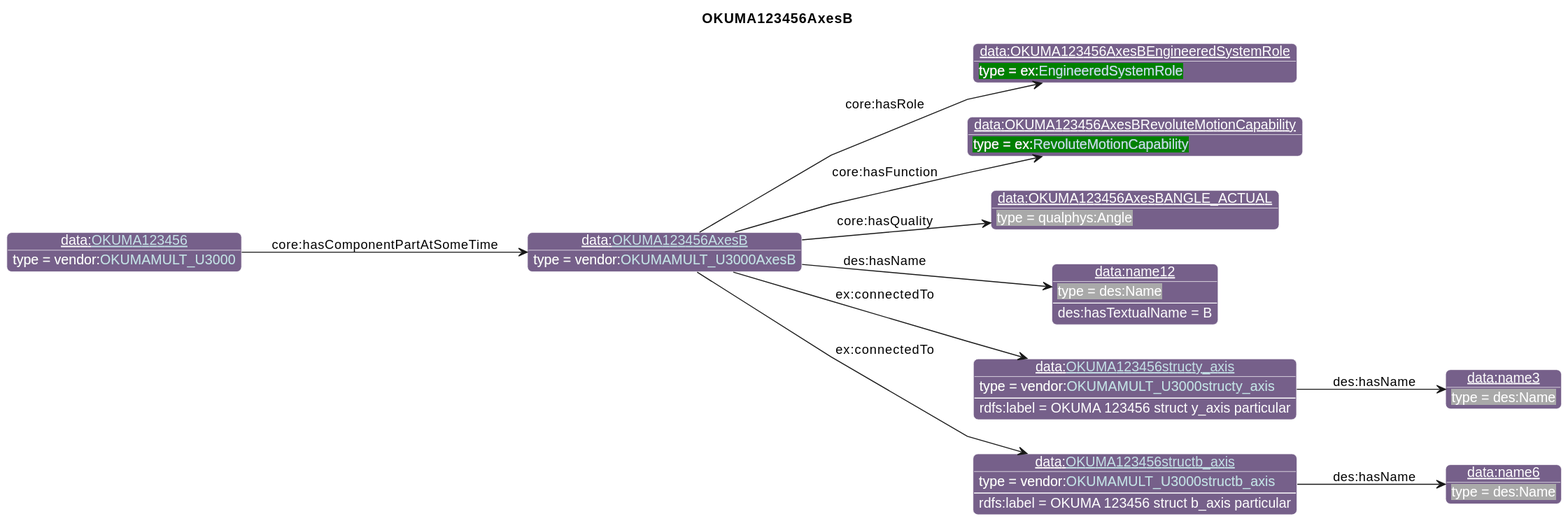
This is diagrams/OKUMA123456AxesB.svg from iofoundry/example-syseng-mtconnect, a PlantUML export, as it was before one commit. The source it was exported from:
```plantuml
@startuml
!include ../iof.iuml

<style>
object {
  HyperlinkColor #C4E1E6
}
</style>

left to right direction
skinparam linetype polyline
title OKUMA123456AxesB

!$default_direction = down

!$namespace_colors = { "bfo":"DFA702",
                      "iof":"1E90FF",
                      "ns":"Green",
                      "ns1":"76608A",
                      "core":"000000",
                      "ex":"Green",
                      "data":"76608A",
                      "vendor":"76608A",
                      "units":"8A2D3B",
                      "cmns-dsg":"3A0519",
                      "qp":"641B2E"
      }
individual(o0, data:[[./OKUMA123456AxesB.html OKUMA123456AxesB]], vendor:[[../OKUMA.html#OKUMAMULT_U3000AxesB OKUMAMULT_U3000AxesB]])
individual(o1, data:OKUMA123456AxesBEngineeredSystemRole, ex:[[../Example.html#EngineeredSystemRole EngineeredSystemRole]])
individual(o2, data:OKUMA123456AxesBRevoluteMotionCapability, ex:[[../Example.html#RevoluteMotionCapability RevoluteMotionCapability]])
individual(o3, data:OKUMA123456AxesBANGLE_ACTUAL, qualphys:Angle)
individual(o4, data:name12, des:Name)
individual(o5, data:[[./OKUMA123456structy_axis.html OKUMA123456structy_axis]], vendor:[[../OKUMA.html#OKUMAMULT_U3000structy_axis OKUMAMULT_U3000structy_axis]])
individual(o6, data:name3, des:Name)
individual(o7, data:[[./OKUMA123456structb_axis.html OKUMA123456structb_axis]], vendor:[[../OKUMA.html#OKUMAMULT_U3000structb_axis OKUMAMULT_U3000structb_axis]])
individual(o8, data:name6, des:Name)
individual(o9, data:[[./OKUMA123456.html OKUMA123456]], vendor:[[../OKUMA.html#OKUMAMULT_U3000 OKUMAMULT_U3000]])
property(o0, "core:hasRole", o1)
property(o0, "core:hasFunction", o2)
property(o0, "core:hasQuality", o3)
property(o0, "des:hasName", o4)
data(o4, "des:hasTextualName", "B")
property(o0, "ex:connectedTo", o5)
data(o5, "rdfs:label", "OKUMA 123456 struct y_axis particular")
property(o5, "des:hasName", o6)
property(o0, "ex:connectedTo", o7)
data(o7, "rdfs:label", "OKUMA 123456 struct b_axis particular")
property(o7, "des:hasName", o8)
property(o9, "core:hasComponentPartAtSomeTime", o0)
@enduml
```
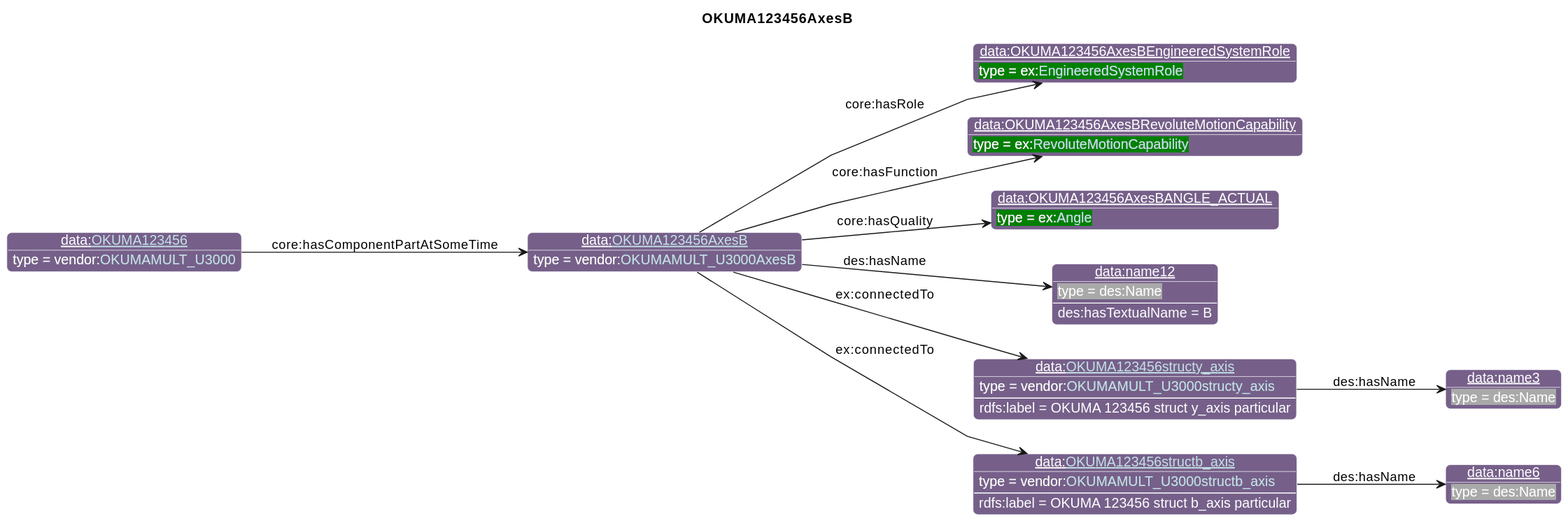
Above is the later version.

Diff of the diagram source:
```diff
@@ -28,7 +28,7 @@
 individual(o0, data:[[./OKUMA123456AxesB.html OKUMA123456AxesB]], vendor:[[../OKUMA.html#OKUMAMULT_U3000AxesB OKUMAMULT_U3000AxesB]])
 individual(o1, data:OKUMA123456AxesBEngineeredSystemRole, ex:[[../Example.html#EngineeredSystemRole EngineeredSystemRole]])
 individual(o2, data:OKUMA123456AxesBRevoluteMotionCapability, ex:[[../Example.html#RevoluteMotionCapability RevoluteMotionCapability]])
-individual(o3, data:OKUMA123456AxesBANGLE_ACTUAL, qualphys:Angle)
+individual(o3, data:OKUMA123456AxesBANGLE_ACTUAL, ex:[[../Example.html#Angle Angle]])
 individual(o4, data:name12, des:Name)
 individual(o5, data:[[./OKUMA123456structy_axis.html OKUMA123456structy_axis]], vendor:[[../OKUMA.html#OKUMAMULT_U3000structy_axis OKUMAMULT_U3000structy_axis]])
 individual(o6, data:name3, des:Name)
```
